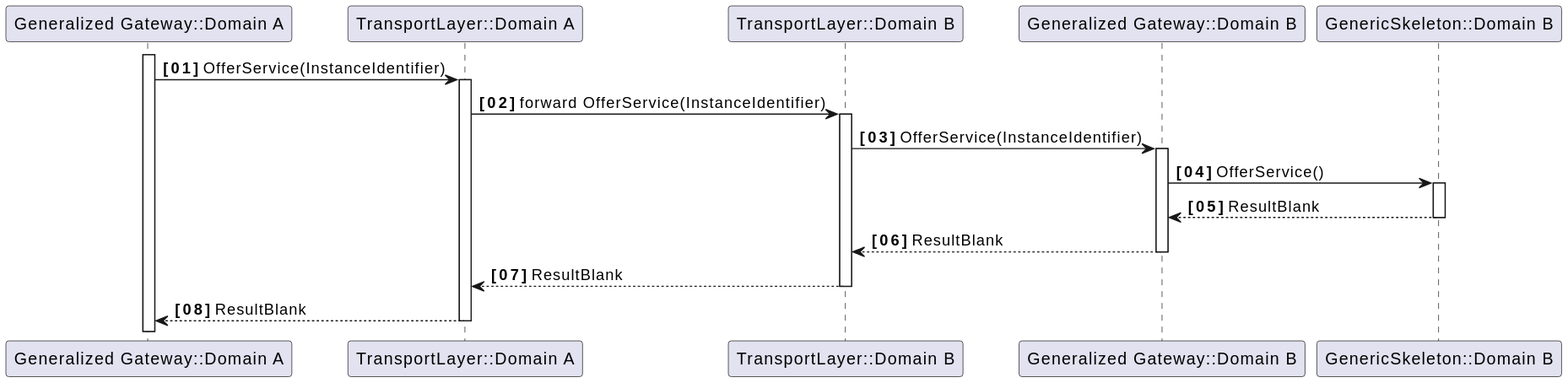
Above: score/mw/com/dependability/software_architectural_design/generalized_gateway/transport_layer/assets/transport_layer_start_stop_offer_service_sequence.svg in eclipse-score/communication (PlantUML), before the change.
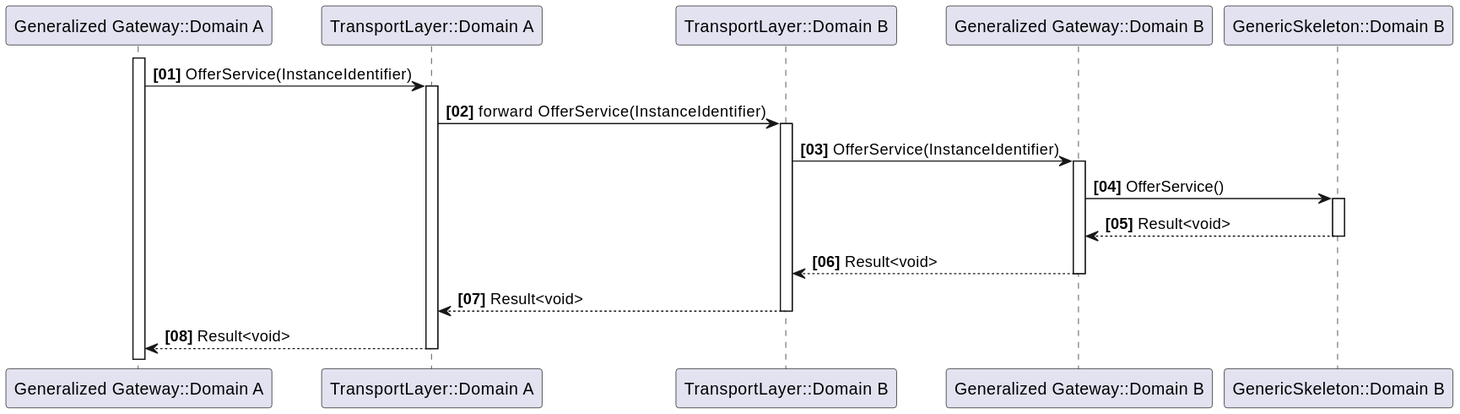
After the commit.

Commit message:
docs: update SVG files by transitioning Result<void> return labels

What changed in the source:
```diff
@@ -13,8 +13,8 @@
     TRANSPORT_LAYER -> TRANSPORT_LAYER_OTHER ++ : forward OfferService(InstanceIdentifier)
         TRANSPORT_LAYER_OTHER -> GATEWAY_OTHER ++: OfferService(InstanceIdentifier)
             GATEWAY_OTHER -> SKELETON_INSTANCE ++: OfferService()
-            return ResultBlank
-        return ResultBlank
-    return ResultBlank
-return ResultBlank
+            return Result<void>
+        return Result<void>
+    return Result<void>
+return Result<void>
 @enduml
```
